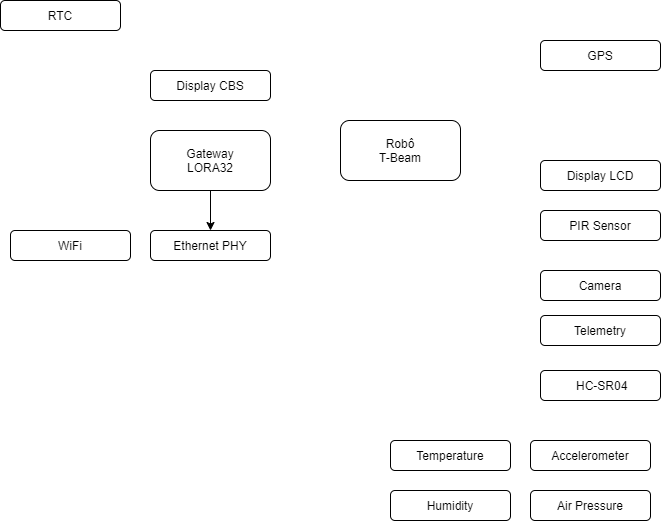
Earlier version of the draw.io export diagrama.png (lllLDBlll/micro-ROS-TTGO). Source tidied: cells renumbered, new cells last; positions are measured from the earlier drawing's top-left corner, leaving out a move shared by most shapes.
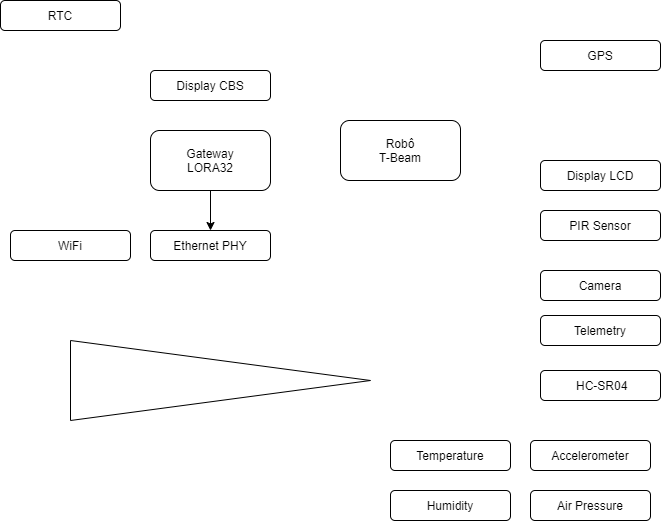
The same diagram one commit later.

The edit, as a diff of the source:
```diff
@@ -53,5 +53,8 @@
     <mxCell id="18" value="WiFi" style="rounded=1;whiteSpace=wrap;html=1;" parent="1" vertex="1">
       <mxGeometry x="10" y="230" width="120" height="30" as="geometry" />
     </mxCell>
+    <mxCell id="19" style="triangle;whiteSpace=wrap;html=1;" parent="1" vertex="1">
+      <mxGeometry x="70" y="340" width="300" height="80" as="geometry" />
+    </mxCell>
   </root>
 </mxGraphModel>
```
